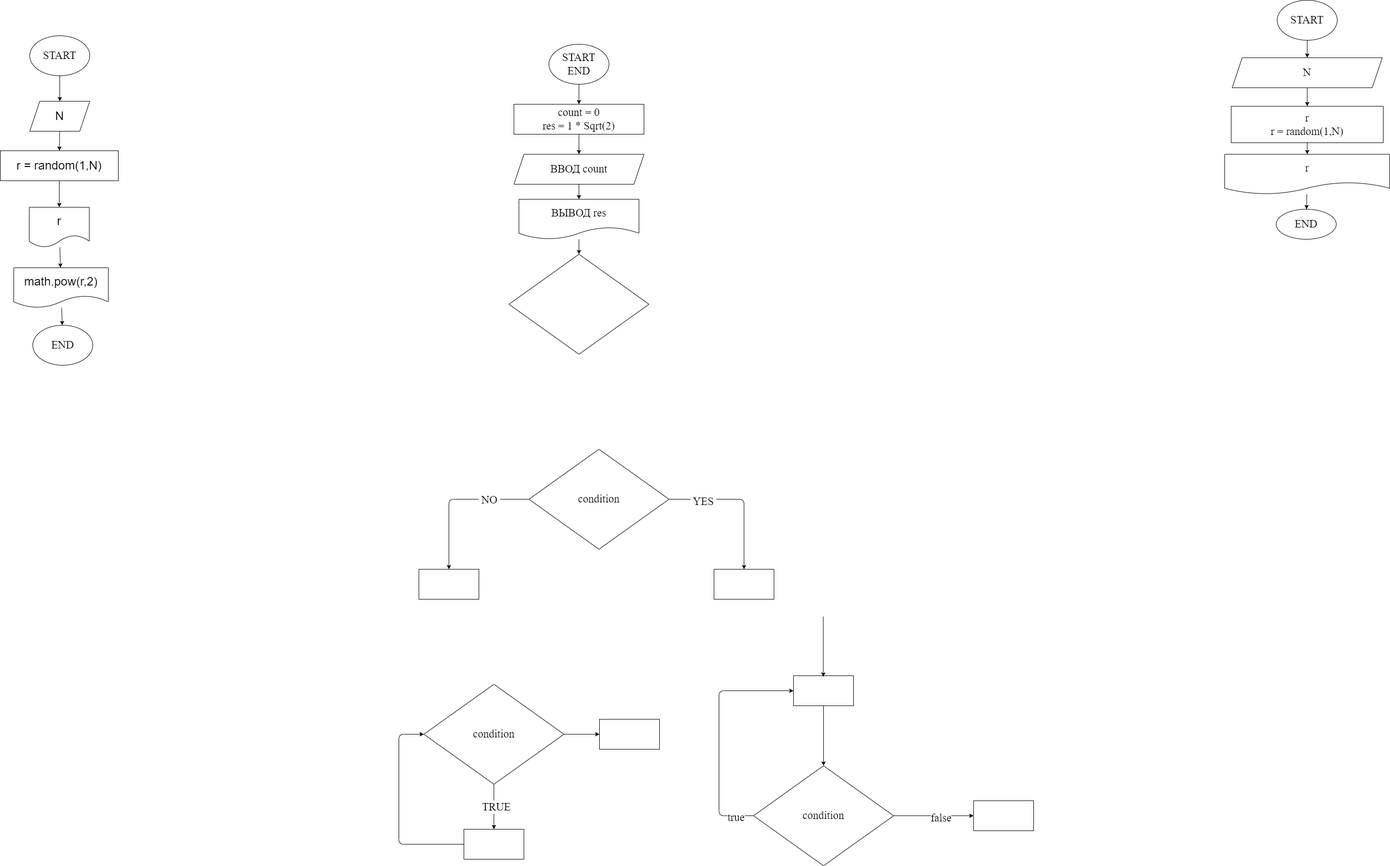
The draw.io diagram ex000.drawio.png in iksergey/practice_temp, before a commit. Source tidied: cells renumbered, new cells last; positions are measured from the earlier drawing's top-left corner, leaving out a move shared by most shapes.
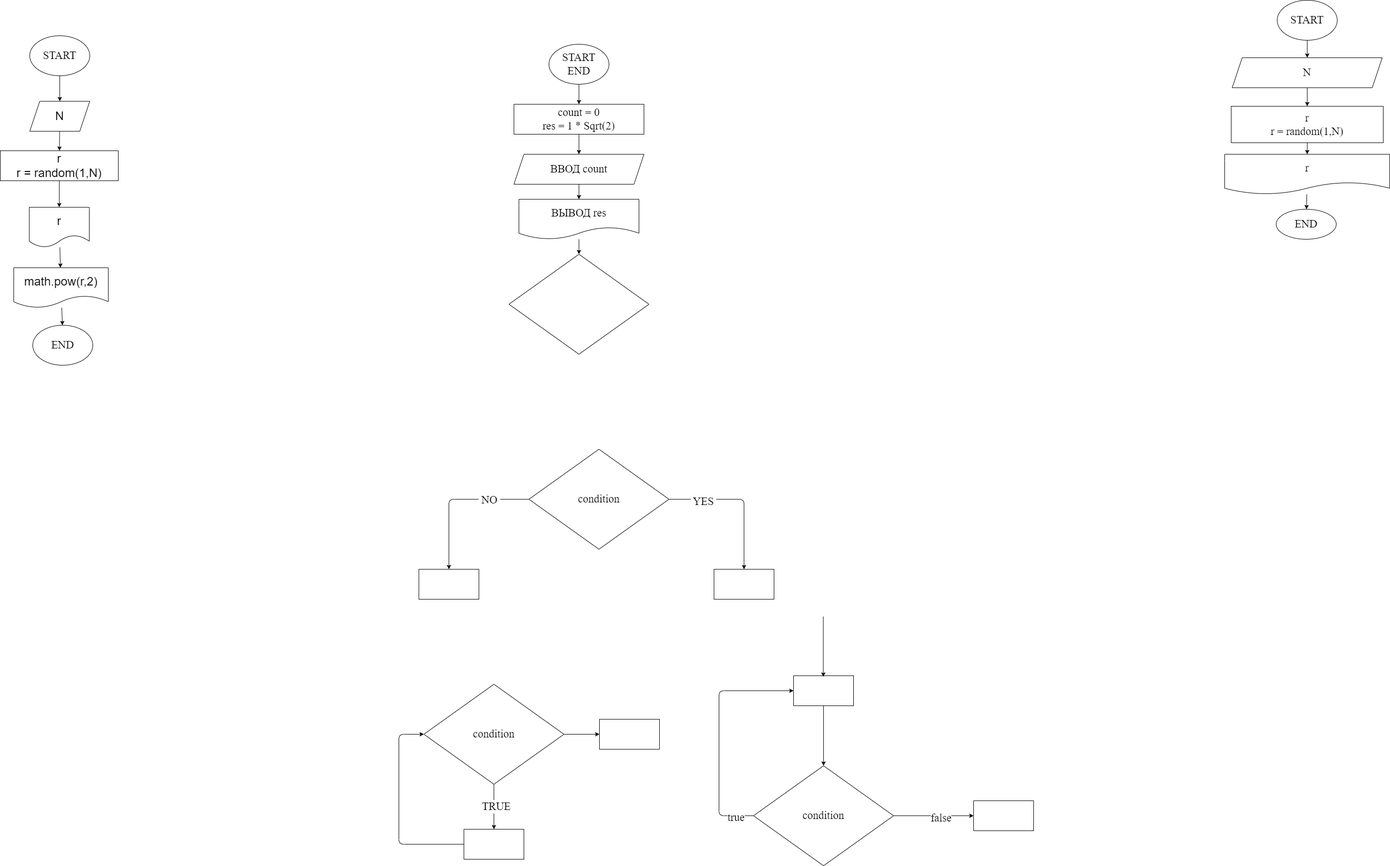
Later version of the same file.

Commit message:
Добавил исправление

What changed in the source:
```diff
@@ -155,7 +155,7 @@
     <mxCell id="45" style="edgeStyle=none;html=1;" parent="1" edge="1" source="46" target="50">
       <mxGeometry relative="1" as="geometry" />
     </mxCell>
-    <mxCell id="46" value="&lt;font style=&quot;font-size: 24px&quot;&gt;r = random(1,N)&lt;/font&gt;" style="rounded=0;whiteSpace=wrap;html=1;" parent="1" vertex="1">
+    <mxCell id="46" value="&lt;font style=&quot;font-size: 24px&quot;&gt;r&lt;br&gt;r = random(1,N)&lt;/font&gt;" style="rounded=0;whiteSpace=wrap;html=1;" parent="1" vertex="1">
       <mxGeometry y="301" width="236" height="60" as="geometry" />
     </mxCell>
     <mxCell id="47" style="edgeStyle=none;html=1;" parent="1" edge="1" source="48" target="46">
```
